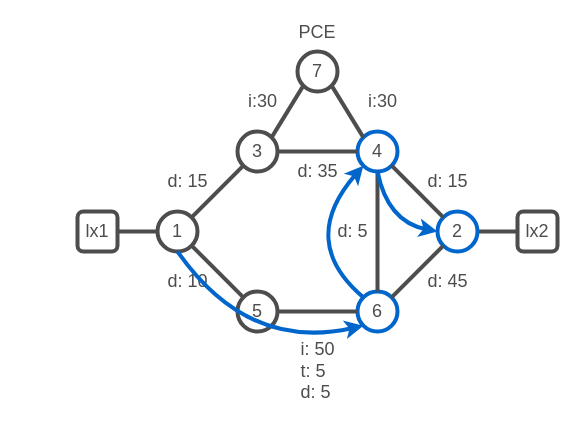
Above: page "13" (13 of 13) of images/lab-topologies.drawio in IntuitiveSoft-net/sr-lab (draw.io), before the change. Source tidied: cells renumbered, new cells numbered last; positions are measured from the earlier drawing's top-left corner, leaving out a move shared by most shapes. Both pictures are drawn from the tidied source at 100%, with x=0, y=0 at pixel (77, 17).
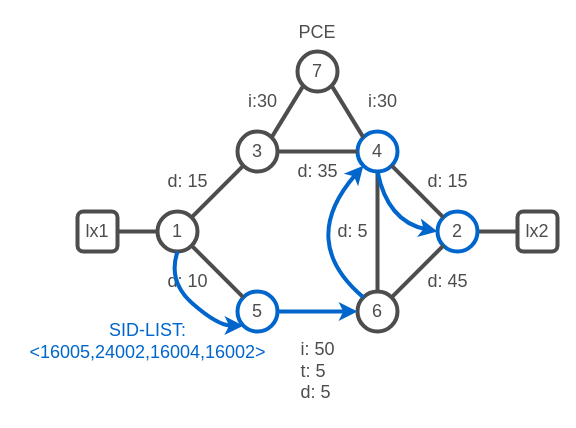
Above is the later version.

The change refers to these unchanged cells:
```xml
<mxCell id="3" value="&lt;font color=&quot;#4d4d4d&quot; style=&quot;font-size: 18px;&quot;&gt;1&lt;/font&gt;" style="ellipse;whiteSpace=wrap;html=1;strokeWidth=4;shadow=0;gradientColor=default;fillColor=none;strokeColor=#4D4D4D;" parent="1" vertex="1">
  <mxGeometry x="80" y="194" width="40" height="40" as="geometry" />
</mxCell>
```

The edit, as a diff of the source:
```diff
@@
-    <mxCell id="7" value="&lt;font color=&quot;#4d4d4d&quot; style=&quot;font-size: 18px;&quot;&gt;5&lt;/font&gt;" style="ellipse;whiteSpace=wrap;html=1;strokeWidth=4;shadow=0;gradientColor=default;fillColor=none;strokeColor=#4D4D4D;" parent="1" vertex="1">
+    <mxCell id="7" value="&lt;font color=&quot;#4d4d4d&quot; style=&quot;font-size: 18px;&quot;&gt;5&lt;/font&gt;" style="ellipse;whiteSpace=wrap;html=1;strokeWidth=4;shadow=0;gradientColor=default;fillColor=none;strokeColor=#0066CC;" parent="1" vertex="1">
       <mxGeometry x="160" y="274" width="40" height="40" as="geometry" />
     </mxCell>
-    <mxCell id="8" value="&lt;font color=&quot;#4d4d4d&quot; style=&quot;font-size: 18px;&quot;&gt;6&lt;/font&gt;" style="ellipse;whiteSpace=wrap;html=1;strokeWidth=4;shadow=0;gradientColor=default;fillColor=none;strokeColor=#0066CC;" parent="1" vertex="1">
+    <mxCell id="8" value="&lt;font color=&quot;#4d4d4d&quot; style=&quot;font-size: 18px;&quot;&gt;6&lt;/font&gt;" style="ellipse;whiteSpace=wrap;html=1;strokeWidth=4;shadow=0;gradientColor=default;fillColor=none;strokeColor=#4D4D4D;" parent="1" vertex="1">
       <mxGeometry x="280" y="274" width="40" height="40" as="geometry" />
     </mxCell>
@@
-    <mxCell id="17" style="rounded=0;jettySize=auto;html=1;entryX=0;entryY=0.5;entryDx=0;entryDy=0;fontSize=18;fontColor=#4D4D4D;endArrow=none;endFill=0;strokeColor=#4D4D4D;strokeWidth=4;exitX=1;exitY=0.5;exitDx=0;exitDy=0;" parent="1" edge="1" source="7" target="8">
+    <mxCell id="17" style="rounded=0;jettySize=auto;html=1;entryX=0;entryY=0.5;entryDx=0;entryDy=0;fontSize=18;fontColor=#4D4D4D;endArrow=classic;endFill=1;strokeColor=#0066CC;strokeWidth=4;exitX=1;exitY=0.5;exitDx=0;exitDy=0;" parent="1" edge="1" source="7" target="8">
       <mxGeometry relative="1" as="geometry" />
     </mxCell>
@@
-    <mxCell id="32" style="endArrow=classic;html=1;rounded=0;strokeColor=#0066CC;strokeWidth=4;fontSize=18;fontColor=#4D4D4D;curved=1;exitX=0.5;exitY=1;exitDx=0;exitDy=0;startArrow=none;startFill=0;entryX=0;entryY=1;entryDx=0;entryDy=0;" parent="1" edge="1" source="3" target="8">
+    <mxCell id="32" style="endArrow=classic;html=1;rounded=0;strokeColor=#0066CC;strokeWidth=4;fontSize=18;fontColor=#4D4D4D;curved=1;exitX=0.5;exitY=1;exitDx=0;exitDy=0;startArrow=none;startFill=0;entryX=0;entryY=1;entryDx=0;entryDy=0;" parent="1" edge="1" source="3" target="7">
       <mxGeometry relative="1" as="geometry">
         <Array as="points">
-          <mxPoint x="170" y="334" />
+          <mxPoint x="90" y="264" />
+          <mxPoint x="140" y="308" />
         </Array>
       </mxGeometry>
     </mxCell>
@@
+    <mxCell id="35" value="&lt;font color=&quot;#0066cc&quot;&gt;SID-LIST: &lt;br&gt;&amp;lt;16005,24002,16004,16002&amp;gt;&lt;/font&gt;" style="text;html=1;align=center;verticalAlign=middle;strokeColor=none;fillColor=none;fontSize=18;fontColor=#4D4D4D;" parent="1" vertex="1">
+      <mxGeometry x="-60" y="294" width="260" height="60" as="geometry" />
+    </mxCell>
```
